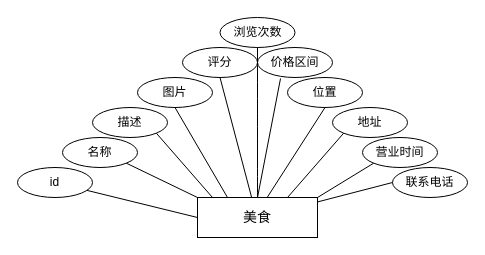
asharca/drawio keeps this draw.io diagram as food.drawio. Above is the earlier version. Source tidied: cells renumbered, new cells numbered last; positions are measured from the earlier drawing's top-left corner, leaving out a move shared by most shapes. Both pictures are drawn from the tidied source at 100%, with x=0, y=0 at pixel (17, 17).
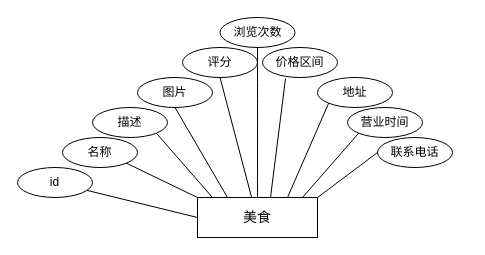
The same page after the edit.

Unchanged cells that the change refers to:
```xml
<mxCell id="2" value="&lt;span style=&quot;font-size: 14px;&quot;&gt;美食&lt;/span&gt;" style="rounded=0;whiteSpace=wrap;html=1;" parent="1" vertex="1">
  <mxGeometry x="180" y="180" width="120" height="40" as="geometry" />
</mxCell>
```

Diff of the diagram source:
```diff
@@
-    <mxCell id="8" value="位置" style="ellipse;whiteSpace=wrap;html=1;" parent="1" vertex="1">
-      <mxGeometry x="270" y="60" width="75" height="30" as="geometry" />
-    </mxCell>
     <mxCell id="9" value="地址" style="ellipse;whiteSpace=wrap;html=1;" parent="1" vertex="1">
-      <mxGeometry x="315" y="90" width="75" height="30" as="geometry" />
+      <mxGeometry x="300" y="60" width="75" height="30" as="geometry" />
     </mxCell>
     <mxCell id="10" value="营业时间" style="ellipse;whiteSpace=wrap;html=1;" parent="1" vertex="1">
-      <mxGeometry x="345" y="120" width="75" height="30" as="geometry" />
+      <mxGeometry x="330" y="90" width="75" height="30" as="geometry" />
     </mxCell>
@@
-    <mxCell id="16" style="endArrow=none;html=1;rounded=0;exitX=0.583;exitY=-0.012;exitDx=0;exitDy=0;exitPerimeter=0;entryX=0.5;entryY=1;entryDx=0;entryDy=0;" parent="1" edge="1" source="2" target="8">
-      <mxGeometry relative="1" as="geometry" />
-    </mxCell>
@@
-    <mxCell id="18" style="endArrow=none;html=1;rounded=0;exitX=1;exitY=0;exitDx=0;exitDy=0;entryX=0;entryY=1;entryDx=0;entryDy=0;" parent="1" edge="1" source="2" target="10">
-      <mxGeometry relative="1" as="geometry" />
+    <mxCell id="18" style="endArrow=none;html=1;rounded=0;entryX=0;entryY=1;entryDx=0;entryDy=0;" parent="1" edge="1" target="10">
+      <mxGeometry relative="1" as="geometry">
+        <mxPoint x="285" y="180" as="sourcePoint" />
+      </mxGeometry>
     </mxCell>
     <mxCell id="19" value="联系电话" style="ellipse;whiteSpace=wrap;html=1;" parent="1" vertex="1">
-      <mxGeometry x="375" y="150" width="75" height="30" as="geometry" />
+      <mxGeometry x="360" y="120" width="75" height="30" as="geometry" />
     </mxCell>
     <mxCell id="20" value="价格区间" style="ellipse;whiteSpace=wrap;html=1;" parent="1" vertex="1">
-      <mxGeometry x="240" y="30" width="75" height="30" as="geometry" />
+      <mxGeometry x="245" y="30" width="75" height="30" as="geometry" />
     </mxCell>
-    <mxCell id="21" style="endArrow=none;html=1;rounded=0;entryX=0.307;entryY=1.033;entryDx=0;entryDy=0;entryPerimeter=0;exitX=0.5;exitY=0;exitDx=0;exitDy=0;" parent="1" edge="1" source="2" target="20">
-      <mxGeometry relative="1" as="geometry" />
+    <mxCell id="21" style="endArrow=none;html=1;rounded=0;entryX=0.307;entryY=1.033;entryDx=0;entryDy=0;entryPerimeter=0;" parent="1" edge="1" target="20">
+      <mxGeometry relative="1" as="geometry">
+        <mxPoint x="253" y="180" as="sourcePoint" />
+      </mxGeometry>
     </mxCell>
-    <mxCell id="22" style="endArrow=none;html=1;rounded=0;exitX=0;exitY=0.5;exitDx=0;exitDy=0;" parent="1" edge="1" source="19" target="2">
-      <mxGeometry relative="1" as="geometry" />
+    <mxCell id="22" style="endArrow=none;html=1;rounded=0;exitX=0;exitY=0.5;exitDx=0;exitDy=0;" parent="1" edge="1" source="19">
+      <mxGeometry relative="1" as="geometry">
+        <mxPoint x="300" y="180" as="targetPoint" />
+      </mxGeometry>
     </mxCell>
```
